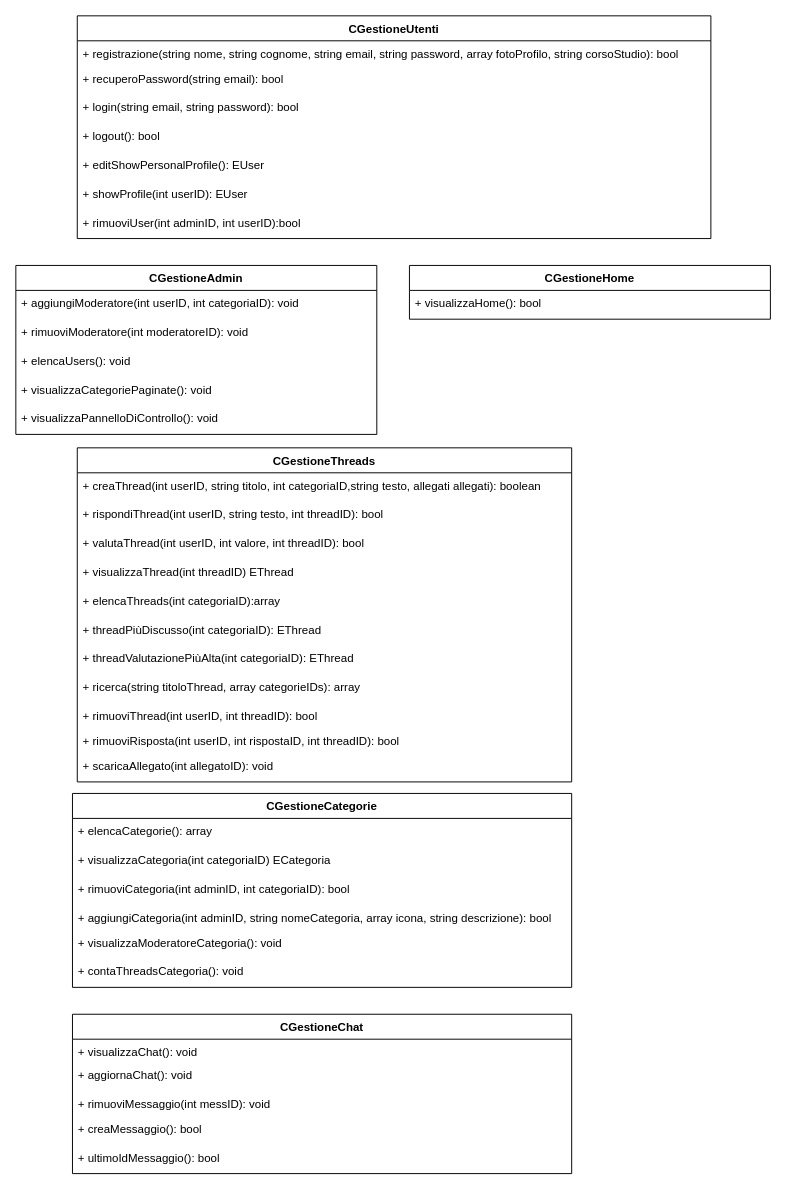
The draw.io diagram Diagrammi/UMLControl.drawio in EdoPan/UniChat, before the edit. Source tidied: cells renumbered, new cells numbered last; positions are measured from the earlier drawing's top-left corner, leaving out a move shared by most shapes. Both pictures are drawn from the tidied source at 96%, with x=0, y=0 at pixel (15, 15).
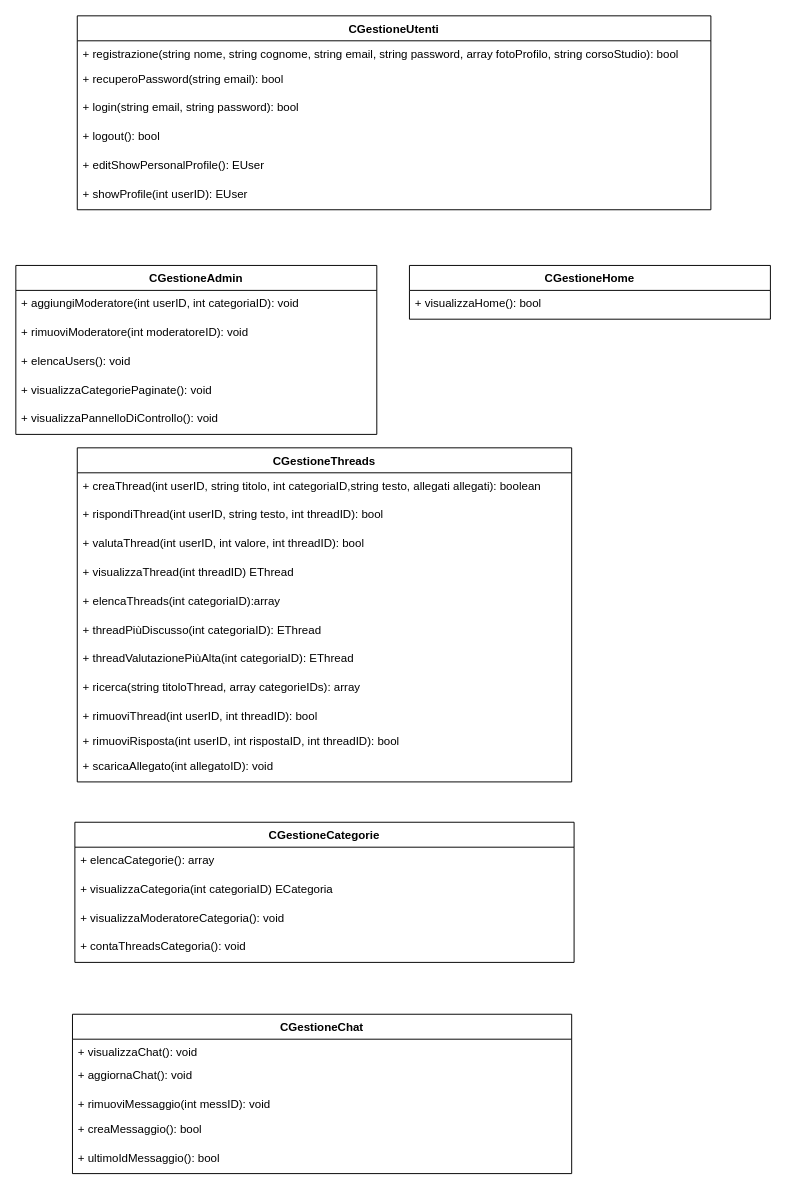
The same diagram, later.

Change to the diagram source:
```diff
@@
     <mxCell id="2" value="CGestioneUtenti" style="swimlane;fontStyle=1;align=center;verticalAlign=top;horizontal=1;startSize=26;" parent="1" vertex="1">
-      <mxGeometry x="64" width="660" height="232" as="geometry" />
+      <mxGeometry x="64" width="660" height="202" as="geometry" />
     </mxCell>
@@
-    <mxCell id="9" value="+ rimuoviUser(int adminID, int userID):bool" style="text;strokeColor=none;fillColor=none;align=left;verticalAlign=top;spacingLeft=4;spacingRight=4;overflow=hidden;" parent="2" vertex="1">
-      <mxGeometry y="202" width="660" height="30" as="geometry" />
-    </mxCell>
@@
     <mxCell id="28" value="CGestioneCategorie" style="swimlane;fontStyle=1;align=center;verticalAlign=top;horizontal=1;startSize=26;" parent="1" vertex="1">
-      <mxGeometry x="59" y="810" width="520" height="202" as="geometry" />
+      <mxGeometry x="61.5" y="840" width="520" height="146" as="geometry" />
     </mxCell>
@@
-    <mxCell id="31" value="+ rimuoviCategoria(int adminID, int categoriaID): bool" style="text;strokeColor=none;fillColor=none;align=left;verticalAlign=top;spacingLeft=4;spacingRight=4;overflow=hidden;" parent="28" vertex="1">
-      <mxGeometry y="86" width="520" height="30" as="geometry" />
-    </mxCell>
-    <mxCell id="32" value="+ aggiungiCategoria(int adminID, string nomeCategoria, array icona, string descrizione): bool" style="text;strokeColor=none;fillColor=none;align=left;verticalAlign=top;spacingLeft=4;spacingRight=4;overflow=hidden;" parent="28" vertex="1">
-      <mxGeometry y="116" width="520" height="26" as="geometry" />
-    </mxCell>
     <mxCell id="33" value="+ visualizzaModeratoreCategoria(): void" style="text;strokeColor=none;fillColor=none;align=left;verticalAlign=top;spacingLeft=4;spacingRight=4;overflow=hidden;" parent="28" vertex="1">
-      <mxGeometry y="142" width="520" height="30" as="geometry" />
+      <mxGeometry y="86" width="520" height="30" as="geometry" />
     </mxCell>
     <mxCell id="34" value="+ contaThreadsCategoria(): void" style="text;strokeColor=none;fillColor=none;align=left;verticalAlign=top;spacingLeft=4;spacingRight=4;overflow=hidden;" parent="28" vertex="1">
-      <mxGeometry y="172" width="520" height="30" as="geometry" />
+      <mxGeometry y="116" width="520" height="30" as="geometry" />
     </mxCell>
```
